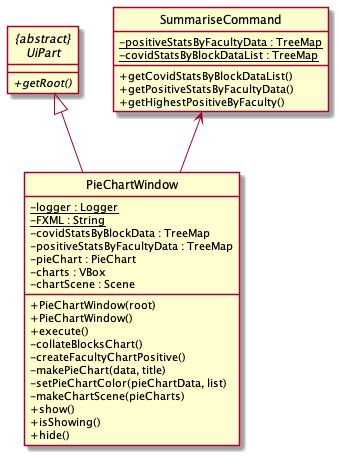
This is docs/images/PieChartWindowClassDiagram.png from nus-cs2103-AY2122S2/tp, a PlantUML export, as it was before one commit.
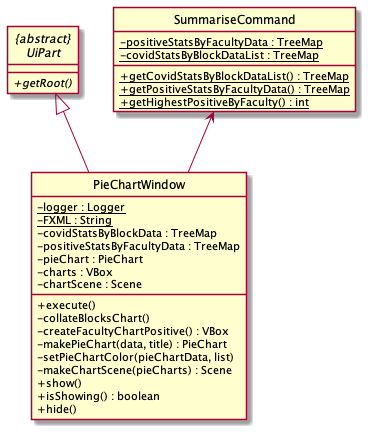
Later version of the same file.

Commit message:
Update Class diagrams for SummariseCommand and PiechartWindow

Change to the diagram source:
```diff
@@ -11,9 +11,9 @@
     -{static}positiveStatsByFacultyData : TreeMap
     -{static}covidStatsByBlockDataList : TreeMap
 
-    + getCovidStatsByBlockDataList()
-    + getPositiveStatsByFacultyData()
-    + getHighestPositiveByFaculty()
+    +{static}getCovidStatsByBlockDataList() : TreeMap
+    +{static}getPositiveStatsByFacultyData() : TreeMap
+    +{static}getHighestPositiveByFaculty() : int
 }
 
 class PieChartWindow {
@@ -25,16 +25,14 @@
     - charts : VBox
     - chartScene : Scene
 
-    + PieChartWindow(root)
-    + PieChartWindow()
     + execute()
     - collateBlocksChart()
-    - createFacultyChartPositive()
-    - makePieChart(data, title)
+    - createFacultyChartPositive() : VBox
+    - makePieChart(data, title) : PieChart
     - setPieChartColor(pieChartData, list)
-    - makeChartScene(pieCharts)
+    - makeChartScene(pieCharts) : Scene
     + show()
-    + isShowing()
+    + isShowing() : boolean
     + hide()
 }
 
```
